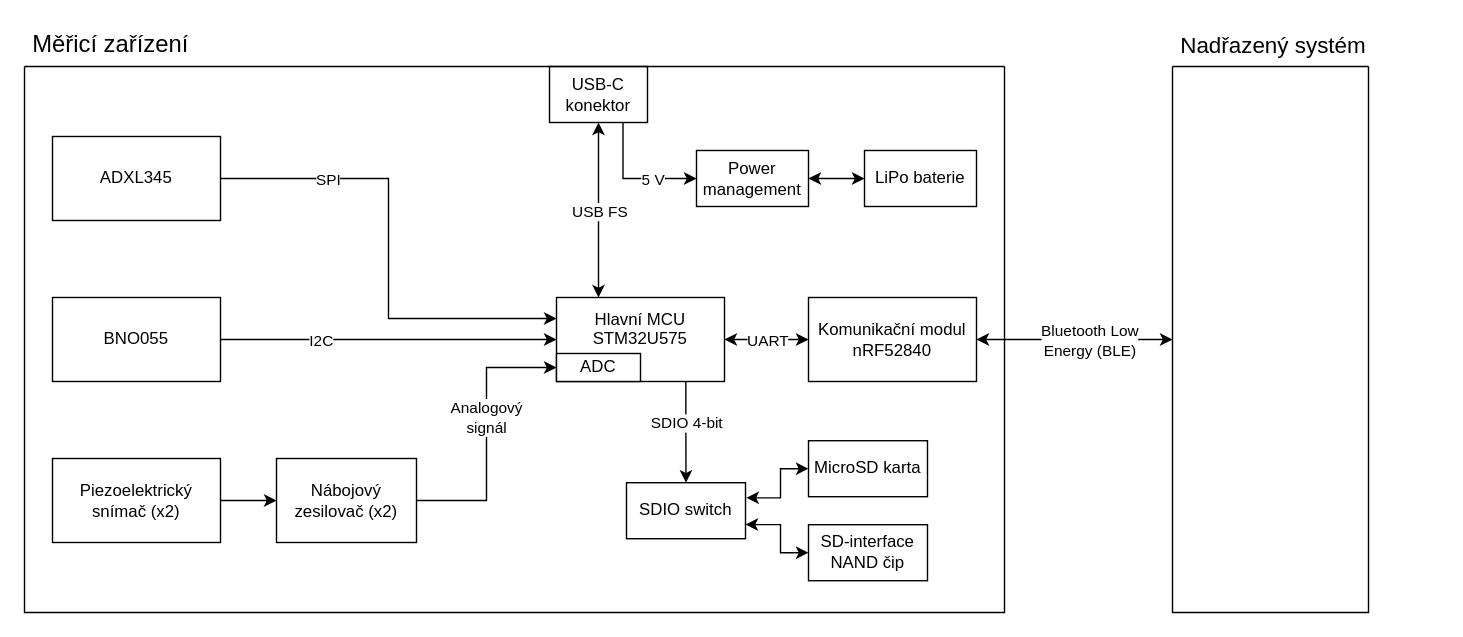
Earlier version of the draw.io diagram acc_diagram2_cz.drawio (drasalmarek/accelerometer_block_diagram). Source tidied: cells renumbered, new cells numbered last; positions are measured from the earlier drawing's top-left corner, leaving out a move shared by most shapes. Both pictures are drawn from the tidied source at 140%, with x=0, y=0 at pixel (24, 24).
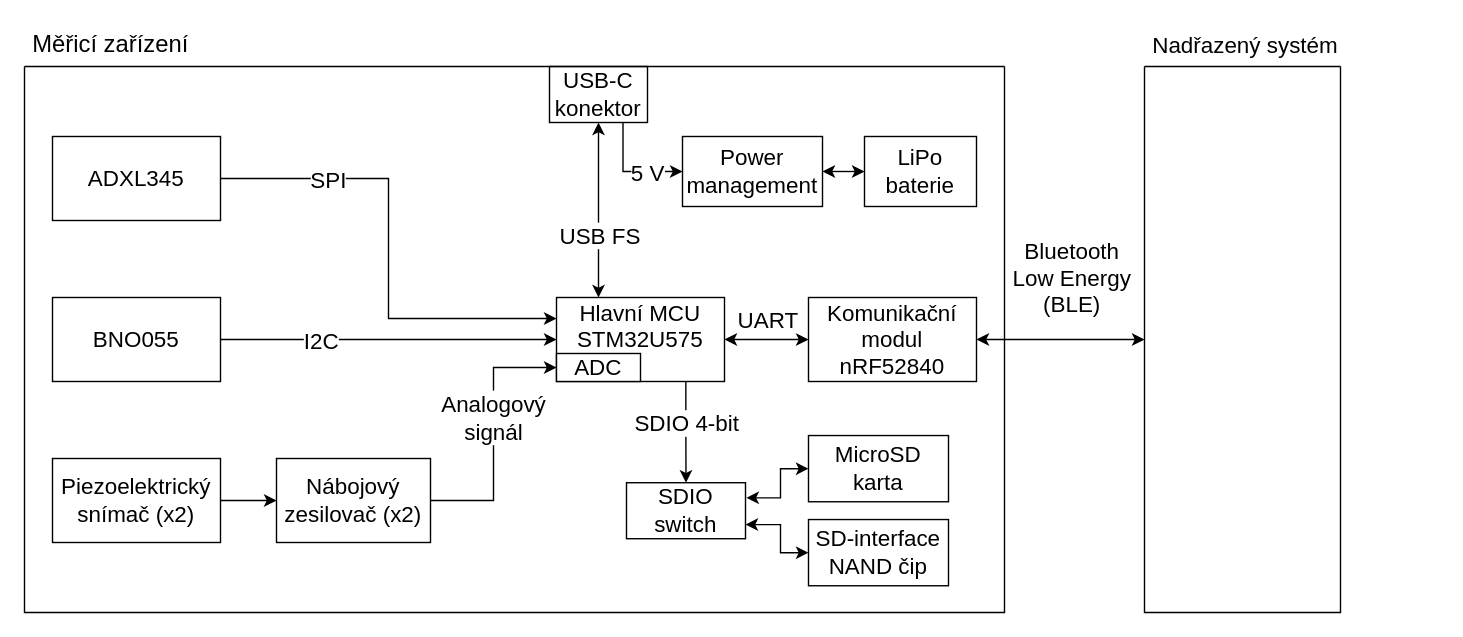
After the change.

Unchanged cells that the change refers to:
```xml
<mxCell id="2" style="edgeStyle=orthogonalEdgeStyle;rounded=0;jettySize=auto;html=1;exitX=1;exitY=0.5;exitDx=0;exitDy=0;entryX=0;entryY=0.5;entryDx=0;entryDy=0;startArrow=classic;startFill=1;" parent="1" edge="1" source="10" target="36">
  <mxGeometry relative="1" as="geometry" />
</mxCell>
```

The edit, as a diff of the source:
```diff
@@
-    <mxCell id="3" value="Bluetooth Low &lt;br&gt;Energy (BLE)" style="edgeLabel;html=1;align=center;verticalAlign=middle;" parent="2" vertex="1">
+    <mxCell id="3" value="Bluetooth&lt;br&gt;Low Energy&lt;br&gt;(BLE)" style="edgeLabel;html=1;align=center;verticalAlign=middle;fontSize=16;" parent="2" vertex="1">
       <mxGeometry x="0.31" relative="1" as="geometry">
-        <mxPoint x="-12" as="offset" />
+        <mxPoint x="-12" y="-45" as="offset" />
       </mxGeometry>
     </mxCell>
-    <mxCell id="4" style="edgeStyle=orthogonalEdgeStyle;rounded=0;jettySize=auto;html=1;exitX=0.5;exitY=1;exitDx=0;exitDy=0;entryX=0.25;entryY=0;entryDx=0;entryDy=0;startArrow=classic;startFill=1;" parent="1" edge="1" source="8" target="13">
+    <mxCell id="4" style="edgeStyle=orthogonalEdgeStyle;rounded=0;jettySize=auto;html=1;exitX=0.5;exitY=1;exitDx=0;exitDy=0;entryX=0.25;entryY=0;entryDx=0;entryDy=0;startArrow=classic;startFill=1;fontSize=16;" parent="1" edge="1" source="8" target="13">
       <mxGeometry relative="1" as="geometry" />
     </mxCell>
-    <mxCell id="5" value="USB FS" style="edgeLabel;html=1;align=center;verticalAlign=middle;" parent="4" vertex="1">
-      <mxGeometry relative="1" as="geometry" />
+    <mxCell id="5" value="USB FS" style="edgeLabel;html=1;align=center;verticalAlign=middle;fontSize=16;" parent="4" vertex="1">
+      <mxGeometry relative="1" as="geometry">
+        <mxPoint y="17" as="offset" />
+      </mxGeometry>
     </mxCell>
-    <mxCell id="6" style="edgeStyle=orthogonalEdgeStyle;rounded=0;jettySize=auto;html=1;exitX=0.75;exitY=1;exitDx=0;exitDy=0;entryX=0;entryY=0.5;entryDx=0;entryDy=0;" parent="1" edge="1" source="8" target="26">
+    <mxCell id="6" style="edgeStyle=orthogonalEdgeStyle;rounded=0;jettySize=auto;html=1;exitX=0.75;exitY=1;exitDx=0;exitDy=0;entryX=0;entryY=0.5;entryDx=0;entryDy=0;fontSize=16;" parent="1" edge="1" source="8" target="26">
       <mxGeometry relative="1" as="geometry" />
     </mxCell>
-    <mxCell id="7" value="5 V" style="edgeLabel;html=1;align=center;verticalAlign=middle;" parent="6" vertex="1">
+    <mxCell id="7" value="5 V" style="edgeLabel;html=1;align=center;verticalAlign=middle;fontSize=16;" parent="6" vertex="1">
       <mxGeometry x="0.16" y="1" relative="1" as="geometry">
         <mxPoint x="7" y="1" as="offset" />
       </mxGeometry>
     </mxCell>
-    <mxCell id="8" value="USB-C konektor" style="rounded=0;whiteSpace=wrap;html=1;" parent="1" vertex="1">
+    <mxCell id="8" value="USB-C konektor" style="rounded=0;whiteSpace=wrap;html=1;fontSize=16;" parent="1" vertex="1">
       <mxGeometry x="375" y="30" width="70" height="40" as="geometry" />
     </mxCell>
-    <mxCell id="9" style="swimlane;startSize=0;glass=0;" parent="1" vertex="1">
+    <mxCell id="9" style="swimlane;startSize=0;glass=0;fontSize=16;" parent="1" vertex="1">
       <mxGeometry y="30" width="700" height="390" as="geometry" />
     </mxCell>
-    <mxCell id="10" value="&lt;div&gt;Komunikační modul nRF52840&lt;/div&gt;" style="rounded=0;whiteSpace=wrap;html=1;" parent="9" vertex="1">
+    <mxCell id="10" value="&lt;div&gt;Komunikační modul nRF52840&lt;/div&gt;" style="rounded=0;whiteSpace=wrap;html=1;fontSize=16;" parent="9" vertex="1">
       <mxGeometry x="560" y="165" width="120" height="60" as="geometry" />
     </mxCell>
-    <mxCell id="11" style="edgeStyle=orthogonalEdgeStyle;rounded=0;jettySize=auto;html=1;exitX=0.77;exitY=0.997;exitDx=0;exitDy=0;entryX=0.5;entryY=0;entryDx=0;entryDy=0;exitPerimeter=0;" parent="9" edge="1" source="13" target="31">
+    <mxCell id="11" style="edgeStyle=orthogonalEdgeStyle;rounded=0;jettySize=auto;html=1;exitX=0.77;exitY=0.997;exitDx=0;exitDy=0;entryX=0.5;entryY=0;entryDx=0;entryDy=0;exitPerimeter=0;fontSize=16;" parent="9" edge="1" source="13" target="31">
       <mxGeometry relative="1" as="geometry" />
     </mxCell>
-    <mxCell id="12" value="SDIO 4-bit" style="edgeLabel;html=1;align=center;verticalAlign=middle;" parent="11" vertex="1">
+    <mxCell id="12" value="SDIO 4-bit" style="edgeLabel;html=1;align=center;verticalAlign=middle;fontSize=16;" parent="11" vertex="1">
       <mxGeometry x="-0.36" relative="1" as="geometry">
         <mxPoint y="7" as="offset" />
       </mxGeometry>
     </mxCell>
-    <mxCell id="13" value="Hlavní MCU STM32U575&lt;div&gt;&lt;br/&gt;&lt;/div&gt;" style="rounded=0;whiteSpace=wrap;html=1;" parent="9" vertex="1">
+    <mxCell id="13" value="Hlavní MCU STM32U575&lt;div&gt;&lt;br&gt;&lt;/div&gt;" style="rounded=0;whiteSpace=wrap;html=1;fontSize=16;" parent="9" vertex="1">
       <mxGeometry x="380" y="165" width="120" height="60" as="geometry" />
     </mxCell>
-    <mxCell id="14" style="edgeStyle=orthogonalEdgeStyle;rounded=0;jettySize=auto;html=1;exitX=1;exitY=0.5;exitDx=0;exitDy=0;entryX=0;entryY=0.5;entryDx=0;entryDy=0;startArrow=classic;startFill=1;" parent="9" edge="1" source="13" target="10">
+    <mxCell id="14" style="edgeStyle=orthogonalEdgeStyle;rounded=0;jettySize=auto;html=1;exitX=1;exitY=0.5;exitDx=0;exitDy=0;entryX=0;entryY=0.5;entryDx=0;entryDy=0;startArrow=classic;startFill=1;fontSize=16;" parent="9" edge="1" source="13" target="10">
       <mxGeometry relative="1" as="geometry" />
     </mxCell>
-    <mxCell id="15" value="UART" style="edgeLabel;html=1;align=center;verticalAlign=middle;" parent="14" vertex="1">
+    <mxCell id="15" value="UART" style="edgeLabel;html=1;align=center;verticalAlign=middle;fontSize=16;" parent="14" vertex="1">
       <mxGeometry x="-0.01" y="-1" relative="1" as="geometry">
-        <mxPoint y="-1" as="offset" />
+        <mxPoint y="-16" as="offset" />
       </mxGeometry>
     </mxCell>
-    <mxCell id="16" value="BNO055" style="rounded=0;whiteSpace=wrap;html=1;" parent="9" vertex="1">
+    <mxCell id="16" value="BNO055" style="rounded=0;whiteSpace=wrap;html=1;fontSize=16;" parent="9" vertex="1">
       <mxGeometry x="20" y="165" width="120" height="60" as="geometry" />
     </mxCell>
-    <mxCell id="17" style="edgeStyle=orthogonalEdgeStyle;rounded=0;jettySize=auto;html=1;exitX=1;exitY=0.5;exitDx=0;exitDy=0;entryX=0;entryY=0.5;entryDx=0;entryDy=0;" parent="9" edge="1" source="16" target="13">
+    <mxCell id="17" style="edgeStyle=orthogonalEdgeStyle;rounded=0;jettySize=auto;html=1;exitX=1;exitY=0.5;exitDx=0;exitDy=0;entryX=0;entryY=0.5;entryDx=0;entryDy=0;fontSize=16;" parent="9" edge="1" source="16" target="13">
       <mxGeometry relative="1" as="geometry" />
     </mxCell>
-    <mxCell id="18" value="I2C" style="edgeLabel;html=1;align=center;verticalAlign=middle;" parent="17" vertex="1">
+    <mxCell id="18" value="I2C" style="edgeLabel;html=1;align=center;verticalAlign=middle;fontSize=16;" parent="17" vertex="1">
       <mxGeometry x="-0.31" y="1" relative="1" as="geometry">
         <mxPoint x="-12" y="1" as="offset" />
       </mxGeometry>
     </mxCell>
-    <mxCell id="19" value="ADXL345" style="rounded=0;whiteSpace=wrap;html=1;" parent="9" vertex="1">
+    <mxCell id="19" value="ADXL345" style="rounded=0;whiteSpace=wrap;html=1;fontSize=16;" parent="9" vertex="1">
       <mxGeometry x="20" y="50" width="120" height="60" as="geometry" />
     </mxCell>
-    <mxCell id="20" style="edgeStyle=orthogonalEdgeStyle;rounded=0;jettySize=auto;html=1;exitX=1;exitY=0.5;exitDx=0;exitDy=0;entryX=0;entryY=0.25;entryDx=0;entryDy=0;" parent="9" edge="1" source="19" target="13">
+    <mxCell id="20" style="edgeStyle=orthogonalEdgeStyle;rounded=0;jettySize=auto;html=1;exitX=1;exitY=0.5;exitDx=0;exitDy=0;entryX=0;entryY=0.25;entryDx=0;entryDy=0;fontSize=16;" parent="9" edge="1" source="19" target="13">
       <mxGeometry relative="1" as="geometry" />
     </mxCell>
-    <mxCell id="21" value="SPI" style="edgeLabel;html=1;align=center;verticalAlign=middle;" parent="20" vertex="1">
+    <mxCell id="21" value="SPI" style="edgeLabel;html=1;align=center;verticalAlign=middle;fontSize=16;" parent="20" vertex="1">
       <mxGeometry x="-0.53" y="-2" relative="1" as="geometry">
         <mxPoint x="-4" y="-2" as="offset" />
       </mxGeometry>
     </mxCell>
-    <mxCell id="22" style="edgeStyle=orthogonalEdgeStyle;rounded=0;jettySize=auto;html=1;exitX=1;exitY=0.5;exitDx=0;exitDy=0;entryX=0;entryY=0.5;entryDx=0;entryDy=0;" parent="9" edge="1" source="23" target="24">
+    <mxCell id="22" style="edgeStyle=orthogonalEdgeStyle;rounded=0;jettySize=auto;html=1;exitX=1;exitY=0.5;exitDx=0;exitDy=0;entryX=0;entryY=0.5;entryDx=0;entryDy=0;fontSize=16;" parent="9" edge="1" source="23" target="24">
       <mxGeometry relative="1" as="geometry" />
     </mxCell>
-    <mxCell id="23" value="Piezoelektrický snímač (x2)" style="rounded=0;whiteSpace=wrap;html=1;" parent="9" vertex="1">
+    <mxCell id="23" value="Piezoelektrický snímač (x2)" style="rounded=0;whiteSpace=wrap;html=1;fontSize=16;" parent="9" vertex="1">
       <mxGeometry x="20" y="280" width="120" height="60" as="geometry" />
     </mxCell>
-    <mxCell id="24" value="Nábojový zesilovač (x2)" style="rounded=0;whiteSpace=wrap;html=1;" parent="9" vertex="1">
-      <mxGeometry x="180" y="280" width="100" height="60" as="geometry" />
+    <mxCell id="24" value="Nábojový zesilovač (x2)" style="rounded=0;whiteSpace=wrap;html=1;fontSize=16;" parent="9" vertex="1">
+      <mxGeometry x="180" y="280" width="110" height="60" as="geometry" />
     </mxCell>
-    <mxCell id="25" style="edgeStyle=orthogonalEdgeStyle;rounded=0;jettySize=auto;html=1;exitX=1;exitY=0.5;exitDx=0;exitDy=0;entryX=0;entryY=0.5;entryDx=0;entryDy=0;startArrow=classic;startFill=1;" parent="9" edge="1" source="26" target="27">
+    <mxCell id="25" style="edgeStyle=orthogonalEdgeStyle;rounded=0;jettySize=auto;html=1;exitX=1;exitY=0.5;exitDx=0;exitDy=0;entryX=0;entryY=0.5;entryDx=0;entryDy=0;startArrow=classic;startFill=1;fontSize=16;" parent="9" edge="1" source="26" target="27">
       <mxGeometry relative="1" as="geometry" />
     </mxCell>
-    <mxCell id="26" value="Power management" style="rounded=0;whiteSpace=wrap;html=1;" parent="9" vertex="1">
-      <mxGeometry x="480" y="60" width="80" height="40" as="geometry" />
+    <mxCell id="26" value="Power management" style="rounded=0;whiteSpace=wrap;html=1;fontSize=16;" parent="9" vertex="1">
+      <mxGeometry x="470" y="50" width="100" height="50" as="geometry" />
     </mxCell>
-    <mxCell id="27" value="LiPo baterie" style="rounded=0;whiteSpace=wrap;html=1;" parent="9" vertex="1">
-      <mxGeometry x="600" y="60" width="80" height="40" as="geometry" />
+    <mxCell id="27" value="LiPo baterie" style="rounded=0;whiteSpace=wrap;html=1;fontSize=16;" parent="9" vertex="1">
+      <mxGeometry x="600" y="50" width="80" height="50" as="geometry" />
     </mxCell>
-    <mxCell id="28" value="ADC" style="rounded=0;whiteSpace=wrap;html=1;" parent="9" vertex="1">
+    <mxCell id="28" value="ADC" style="rounded=0;whiteSpace=wrap;html=1;fontSize=16;" parent="9" vertex="1">
       <mxGeometry x="380" y="205" width="60" height="20" as="geometry" />
     </mxCell>
-    <mxCell id="29" style="edgeStyle=orthogonalEdgeStyle;rounded=0;jettySize=auto;html=1;exitX=1;exitY=0.5;exitDx=0;exitDy=0;entryX=0;entryY=0.5;entryDx=0;entryDy=0;" parent="9" edge="1" source="24" target="28">
+    <mxCell id="29" style="edgeStyle=orthogonalEdgeStyle;rounded=0;jettySize=auto;html=1;exitX=1;exitY=0.5;exitDx=0;exitDy=0;entryX=0;entryY=0.5;entryDx=0;entryDy=0;fontSize=16;" parent="9" edge="1" source="24" target="28">
       <mxGeometry relative="1" as="geometry" />
     </mxCell>
-    <mxCell id="30" value="Analogový&lt;div&gt;signál&lt;/div&gt;" style="edgeLabel;html=1;align=center;verticalAlign=middle;" parent="29" vertex="1">
+    <mxCell id="30" value="Analogový&lt;div&gt;signál&lt;/div&gt;" style="edgeLabel;html=1;align=center;verticalAlign=middle;fontSize=16;" parent="29" vertex="1">
       <mxGeometry x="-0.03" y="1" relative="1" as="geometry">
         <mxPoint y="-15" as="offset" />
       </mxGeometry>
     </mxCell>
-    <mxCell id="31" value="SDIO switch" style="rounded=0;whiteSpace=wrap;html=1;" parent="9" vertex="1">
+    <mxCell id="31" value="SDIO switch" style="rounded=0;whiteSpace=wrap;html=1;fontSize=16;" parent="9" vertex="1">
       <mxGeometry x="430" y="297.3" width="85" height="40" as="geometry" />
     </mxCell>
-    <mxCell id="32" style="edgeStyle=orthogonalEdgeStyle;rounded=0;jettySize=auto;html=1;exitX=0;exitY=0.5;exitDx=0;exitDy=0;startArrow=classic;startFill=1;endArrow=classic;endFill=1;entryX=0.641;entryY=1.027;entryDx=0;entryDy=0;entryPerimeter=0;" parent="9" edge="1" source="33">
+    <mxCell id="32" style="edgeStyle=orthogonalEdgeStyle;rounded=0;jettySize=auto;html=1;exitX=0;exitY=0.5;exitDx=0;exitDy=0;startArrow=classic;startFill=1;endArrow=classic;endFill=1;entryX=0.641;entryY=1.027;entryDx=0;entryDy=0;entryPerimeter=0;fontSize=16;" parent="9" edge="1" source="33">
       <mxGeometry relative="1" as="geometry">
         <mxPoint x="515.6" y="308.1" as="targetPoint" />
         <Array as="points">
-          <mxPoint x="540" y="287.3" />
-          <mxPoint x="540" y="308.3" />
-          <mxPoint x="516" y="308.3" />
+          <mxPoint x="540" y="287" />
+          <mxPoint x="540" y="308" />
         </Array>
       </mxGeometry>
     </mxCell>
-    <mxCell id="33" value="MicroSD karta" style="rounded=0;whiteSpace=wrap;html=1;" parent="9" vertex="1">
-      <mxGeometry x="560" y="267.3" width="85" height="40" as="geometry" />
+    <mxCell id="33" value="MicroSD karta" style="rounded=0;whiteSpace=wrap;html=1;fontSize=16;" parent="9" vertex="1">
+      <mxGeometry x="560" y="263.6" width="100" height="47.3" as="geometry" />
     </mxCell>
-    <mxCell id="34" style="edgeStyle=orthogonalEdgeStyle;rounded=0;jettySize=auto;html=1;exitX=0;exitY=0.5;exitDx=0;exitDy=0;entryX=0.348;entryY=0.999;entryDx=0;entryDy=0;entryPerimeter=0;startArrow=classic;startFill=1;" parent="9" edge="1" source="35">
+    <mxCell id="34" style="edgeStyle=orthogonalEdgeStyle;rounded=0;jettySize=auto;html=1;exitX=0;exitY=0.5;exitDx=0;exitDy=0;entryX=0.348;entryY=0.999;entryDx=0;entryDy=0;entryPerimeter=0;startArrow=classic;startFill=1;fontSize=16;" parent="9" edge="1" source="35">
       <mxGeometry relative="1" as="geometry">
         <mxPoint x="515" y="327.2" as="targetPoint" />
         <Array as="points">
-          <mxPoint x="540" y="347.3" />
-          <mxPoint x="540" y="327.3" />
+          <mxPoint x="540" y="347" />
+          <mxPoint x="540" y="327" />
         </Array>
       </mxGeometry>
     </mxCell>
-    <mxCell id="35" value="SD-interface NAND čip" style="rounded=0;whiteSpace=wrap;html=1;" parent="9" vertex="1">
-      <mxGeometry x="560" y="327.3" width="85" height="40" as="geometry" />
+    <mxCell id="35" value="SD-interface NAND čip" style="rounded=0;whiteSpace=wrap;html=1;fontSize=16;" parent="9" vertex="1">
+      <mxGeometry x="560" y="323.6" width="100" height="47.3" as="geometry" />
     </mxCell>
     <mxCell id="36" style="swimlane;startSize=0;" parent="1" vertex="1">
-      <mxGeometry x="820" y="30" width="140" height="390" as="geometry" />
+      <mxGeometry x="800" y="30" width="140" height="390" as="geometry" />
     </mxCell>
@@
     <mxCell id="38" value="Nadřazený systém" style="text;strokeColor=none;fillColor=none;align=left;verticalAlign=middle;spacingLeft=4;spacingRight=4;overflow=hidden;whiteSpace=wrap;html=1;fontSize=16;" parent="1" vertex="1">
-      <mxGeometry x="820" width="190" height="30" as="geometry" />
+      <mxGeometry x="800" width="190" height="30" as="geometry" />
     </mxCell>
```
